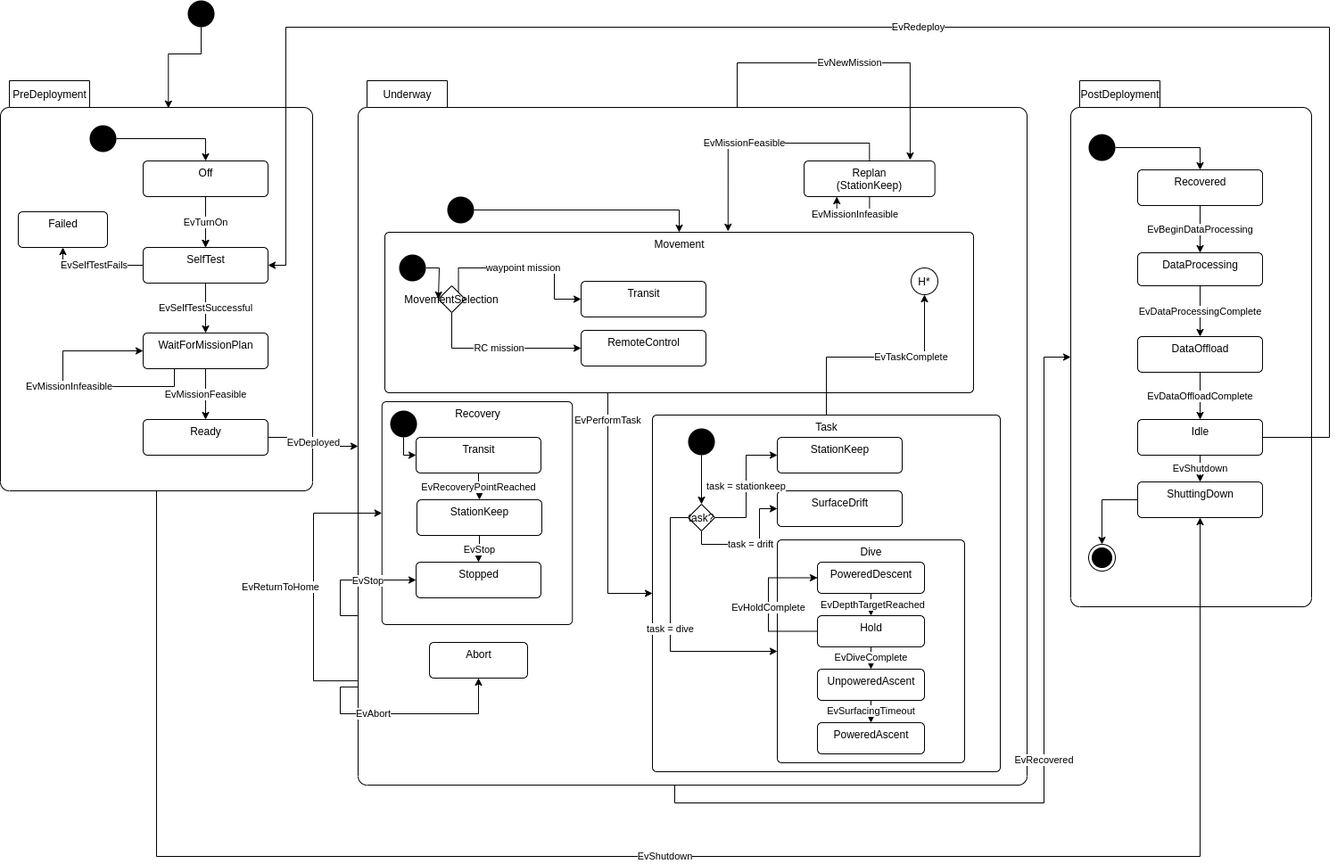
Earlier version of the draw.io export src/doc/figures/mission-states.png (jaiarobotics/jaiabot). Source tidied: cells renumbered, new cells last; positions are measured from the earlier drawing's top-left corner, leaving out a move shared by most shapes.
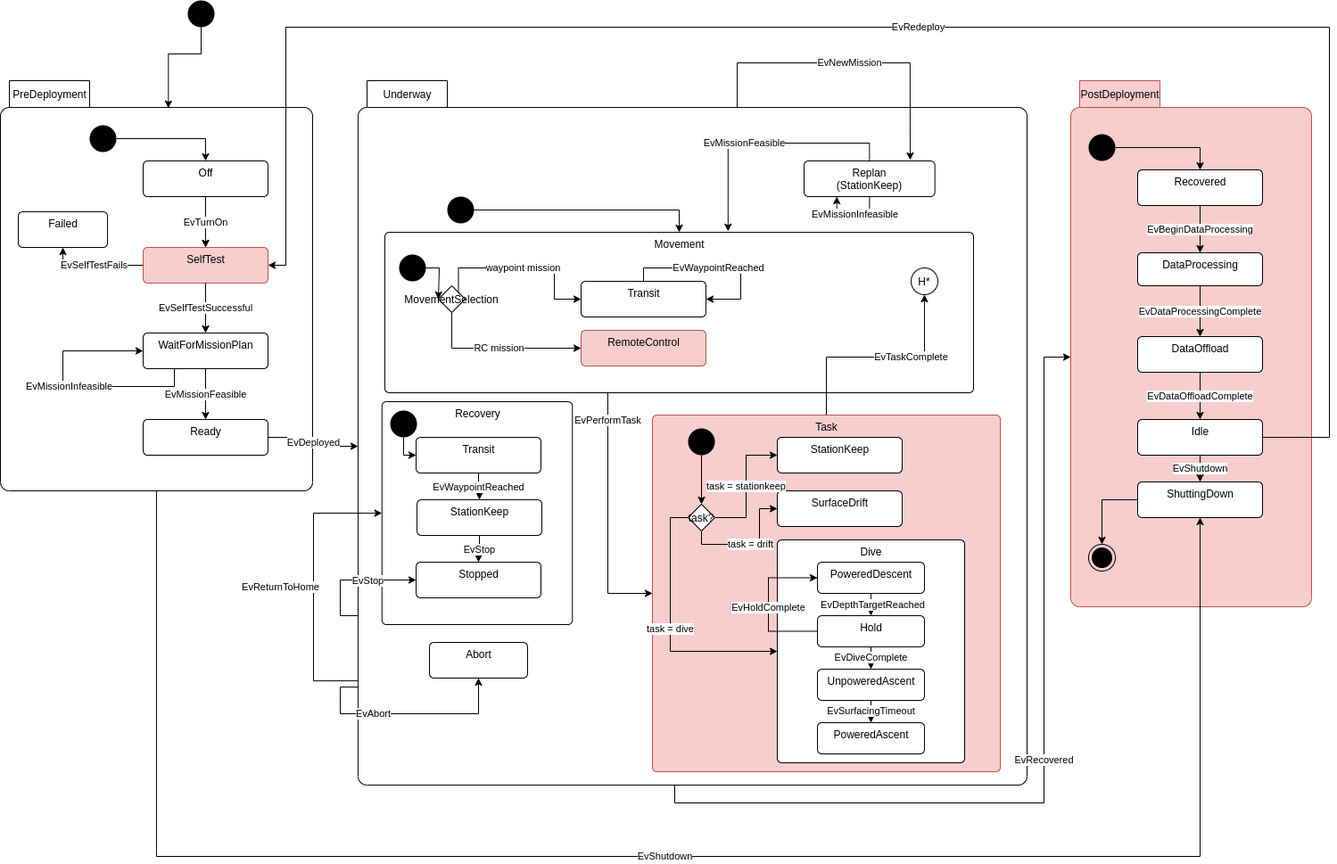
The same diagram one commit later.

Change to the diagram source:
```diff
@@ -5,7 +5,7 @@
     <mxCell id="2" style="group;" parent="1" vertex="1">
       <mxGeometry x="1200" y="100" width="270" height="580" as="geometry" />
     </mxCell>
-    <mxCell id="3" value="PostDeployment" style="shape=folder;align=center;verticalAlign=middle;fontStyle=0;tabWidth=100;tabHeight=30;tabPosition=left;html=1;boundedLbl=1;labelInHeader=1;rounded=1;absoluteArcSize=1;arcSize=10;" parent="2" vertex="1">
+    <mxCell id="3" value="PostDeployment" style="shape=folder;align=center;verticalAlign=middle;fontStyle=0;tabWidth=100;tabHeight=30;tabPosition=left;html=1;boundedLbl=1;labelInHeader=1;rounded=1;absoluteArcSize=1;arcSize=10;fillColor=#f8cecc;strokeColor=#b85450;" parent="2" vertex="1">
       <mxGeometry y="-10" width="270" height="590" as="geometry" />
     </mxCell>
     <mxCell id="4" value="Recovered" style="html=1;align=center;verticalAlign=top;rounded=1;absoluteArcSize=1;arcSize=10;dashed=0;" parent="2" vertex="1">
@@ -61,7 +61,7 @@
     <mxCell id="20" value="Off" style="html=1;align=center;verticalAlign=top;rounded=1;absoluteArcSize=1;arcSize=10;dashed=0;" parent="17" vertex="1">
       <mxGeometry x="80" y="50" width="140" height="40" as="geometry" />
     </mxCell>
-    <mxCell id="21" value="SelfTest" style="html=1;align=center;verticalAlign=top;rounded=1;absoluteArcSize=1;arcSize=10;dashed=0;" parent="17" vertex="1">
+    <mxCell id="21" value="SelfTest" style="html=1;align=center;verticalAlign=top;rounded=1;absoluteArcSize=1;arcSize=10;dashed=0;fillColor=#f8cecc;strokeColor=#b85450;" parent="17" vertex="1">
       <mxGeometry x="80" y="147" width="140" height="40" as="geometry" />
     </mxCell>
     <mxCell id="22" value="EvTurnOn" style="edgeStyle=orthogonalEdgeStyle;rounded=0;jettySize=auto;html=1;" parent="17" edge="1" source="20" target="21">
@@ -146,7 +146,7 @@
     <mxCell id="40" value="StationKeep" style="html=1;align=center;verticalAlign=top;rounded=1;absoluteArcSize=1;arcSize=10;dashed=0;" parent="30" vertex="1">
       <mxGeometry x="66" y="430" width="140" height="40" as="geometry" />
     </mxCell>
-    <mxCell id="41" value="EvRecoveryPointReached" style="edgeStyle=orthogonalEdgeStyle;rounded=0;jettySize=auto;html=1;" parent="30" edge="1" source="38" target="40">
+    <mxCell id="41" value="EvWaypointReached" style="edgeStyle=orthogonalEdgeStyle;rounded=0;jettySize=auto;html=1;" parent="30" edge="1" source="38" target="40">
       <mxGeometry relative="1" as="geometry" />
     </mxCell>
     <mxCell id="42" style="ellipse;fillColor=#000000;strokeColor=none;" parent="30" vertex="1">
@@ -206,7 +206,7 @@
     <mxCell id="54" style="group;" parent="30" vertex="1">
       <mxGeometry x="330" y="335" width="390" height="400" as="geometry" />
     </mxCell>
-    <mxCell id="55" value="Task" style="html=1;align=center;verticalAlign=top;rounded=1;absoluteArcSize=1;arcSize=10;dashed=0;" parent="54" vertex="1">
+    <mxCell id="55" value="Task" style="html=1;align=center;verticalAlign=top;rounded=1;absoluteArcSize=1;arcSize=10;dashed=0;fillColor=#f8cecc;strokeColor=#b85450;" parent="54" vertex="1">
       <mxGeometry width="390" height="400" as="geometry" />
     </mxCell>
     <mxCell id="56" value="StationKeep" style="html=1;align=center;verticalAlign=top;rounded=1;absoluteArcSize=1;arcSize=10;dashed=0;" parent="54" vertex="1">
@@ -302,7 +302,7 @@
     <mxCell id="77" value="Replan&lt;br&gt;(StationKeep)" style="html=1;align=center;verticalAlign=top;rounded=1;absoluteArcSize=1;arcSize=10;dashed=0;" parent="30" vertex="1">
       <mxGeometry x="500" y="50" width="146.7" height="40" as="geometry" />
     </mxCell>
-    <mxCell id="78" value="RemoteControl" style="html=1;align=center;verticalAlign=top;rounded=1;absoluteArcSize=1;arcSize=10;dashed=0;" parent="30" vertex="1">
+    <mxCell id="78" value="RemoteControl" style="html=1;align=center;verticalAlign=top;rounded=1;absoluteArcSize=1;arcSize=10;dashed=0;fillColor=#f8cecc;strokeColor=#b85450;" parent="30" vertex="1">
       <mxGeometry x="250" y="240" width="140" height="40" as="geometry" />
     </mxCell>
     <mxCell id="79" value="waypoint mission" style="edgeStyle=orthogonalEdgeStyle;rounded=0;jettySize=auto;html=1;entryX=0;entryY=0.5;entryDx=0;entryDy=0;exitX=1;exitY=0;exitDx=0;exitDy=0;" parent="30" edge="1" source="81" target="35">
@@ -320,6 +320,15 @@
     <mxCell id="81" value="MovementSelection" style="rhombus;" parent="30" vertex="1">
       <mxGeometry x="90" y="190" width="30" height="30" as="geometry" />
     </mxCell>
+    <mxCell id="90" value="EvWaypointReached" style="edgeStyle=orthogonalEdgeStyle;rounded=0;orthogonalLoop=1;jettySize=auto;html=1;entryX=1;entryY=0.5;entryDx=0;entryDy=0;exitX=0.5;exitY=0;exitDx=0;exitDy=0;" parent="30" edge="1" source="35" target="35">
+      <mxGeometry relative="1" as="geometry">
+        <Array as="points">
+          <mxPoint x="320" y="170" />
+          <mxPoint x="429" y="170" />
+          <mxPoint x="429" y="205" />
+        </Array>
+      </mxGeometry>
+    </mxCell>
     <mxCell id="82" style="edgeStyle=orthogonalEdgeStyle;rounded=0;jettySize=auto;html=1;entryX=0.538;entryY=0.067;entryDx=0;entryDy=0;entryPerimeter=0;" parent="1" edge="1" source="83" target="18">
       <mxGeometry relative="1" as="geometry" />
     </mxCell>
```
